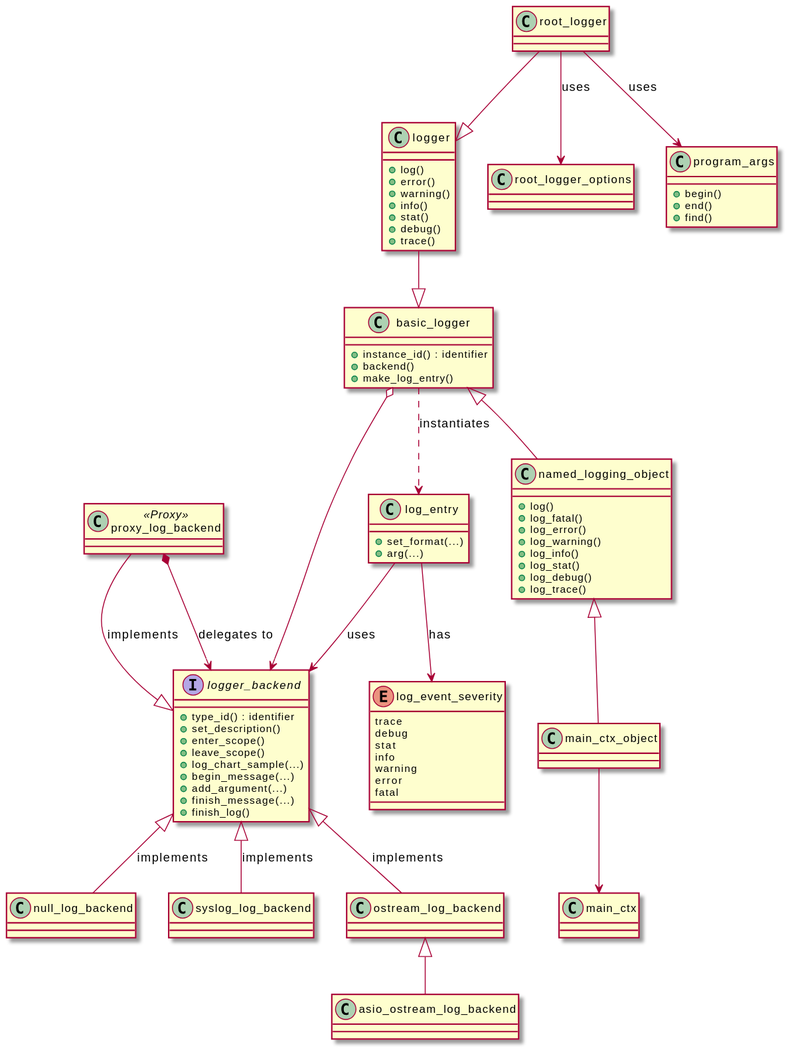
Before: doc/diagrams/eagine/logging_overview.svg, a diagram exported from PlantUML (matus-chochlik/eagine-core).
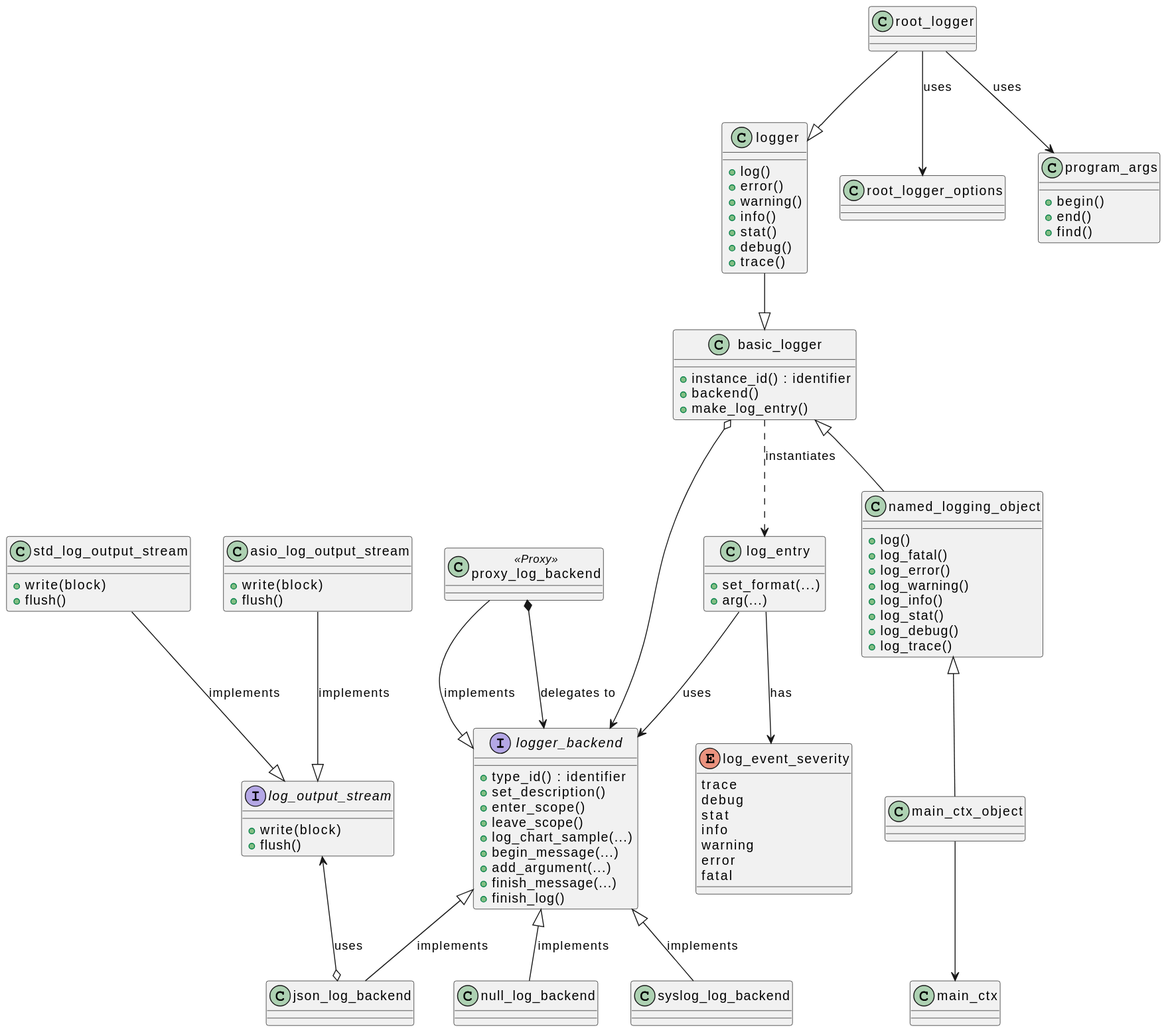
After the change.

Commit message:
Updated the logging overview diagram

Change to the diagram source:
```diff
@@ -27,13 +27,25 @@
 class syslog_log_backend {
 }
 
-class ostream_log_backend {
-}
-
-class asio_ostream_log_backend {
+class json_log_backend {
 }
 
 class proxy_log_backend <<Proxy>> {
+}
+
+interface log_output_stream {
+    +write(block)
+    +flush()
+}
+
+class std_log_output_stream {
+    +write(block)
+    +flush()
+}
+
+class asio_log_output_stream {
+    +write(block)
+    +flush()
 }
 
 class log_entry {
@@ -86,10 +98,14 @@
 class main_ctx {
 }
 
+std_log_output_stream --|> log_output_stream: implements
+asio_log_output_stream --|> log_output_stream: implements
+
+log_output_stream <--o json_log_backend: uses
+
 logger_backend <|-- null_log_backend : implements
 logger_backend <|-- syslog_log_backend : implements
-logger_backend <|-- ostream_log_backend : implements
-ostream_log_backend <|-- asio_ostream_log_backend
+logger_backend <|-- json_log_backend : implements
 proxy_log_backend --|> logger_backend : implements
 proxy_log_backend *--> logger_backend : delegates to
 
```
